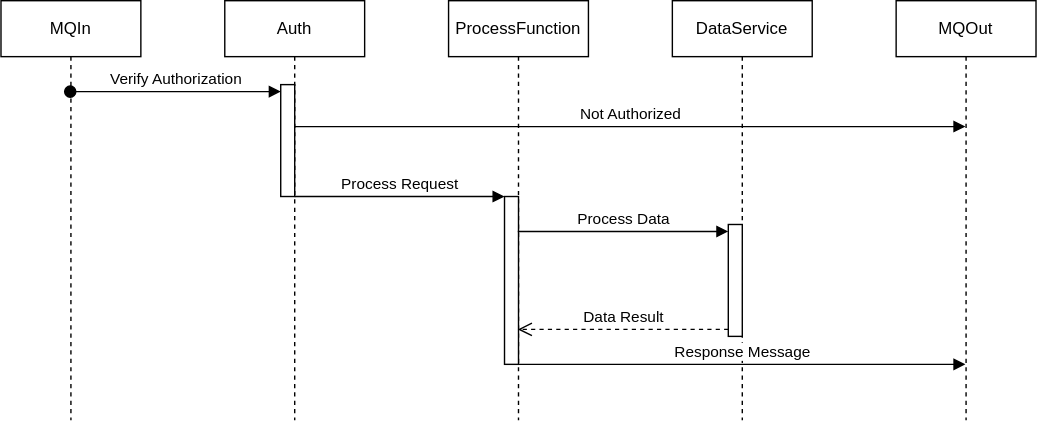
Earlier version of the draw.io export src/implementation/figures/app-tooling-service-logic.drawio.svg (fit-check-app/design-spec). Source tidied: cells renumbered, new cells last; positions are measured from the earlier drawing's top-left corner, leaving out a move shared by most shapes.
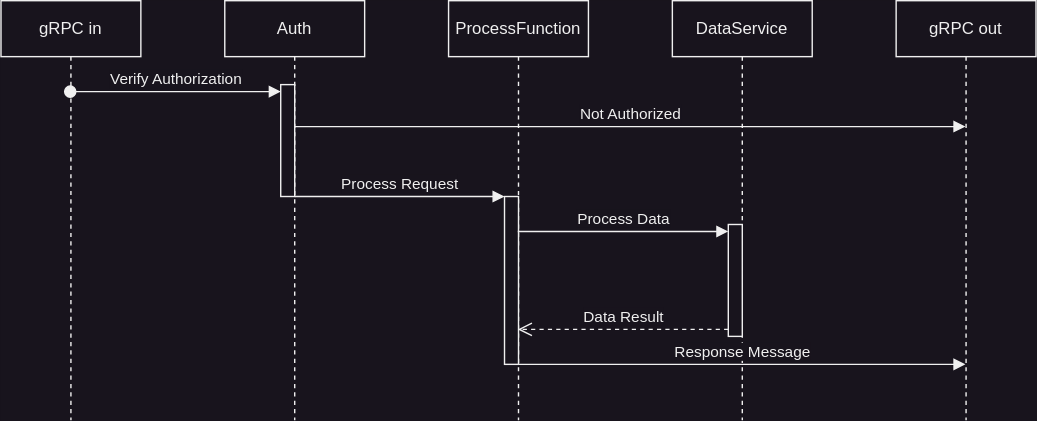
The same file after the commit.

Change to the diagram source:
```diff
@@ -2,7 +2,7 @@
   <root>
     <mxCell id="0" />
     <mxCell id="1" parent="0" />
-    <mxCell id="2" value="MQIn" style="shape=umlLifeline;perimeter=lifelinePerimeter;whiteSpace=wrap;html=1;outlineConnect=0;portConstraint=eastwest;newEdgeStyle={&quot;curved&quot;:0,&quot;rounded&quot;:0};" parent="1" vertex="1">
+    <mxCell id="2" value="gRPC in" style="shape=umlLifeline;perimeter=lifelinePerimeter;whiteSpace=wrap;html=1;outlineConnect=0;portConstraint=eastwest;newEdgeStyle={&quot;curved&quot;:0,&quot;rounded&quot;:0};" parent="1" vertex="1">
       <mxGeometry width="100" height="300" as="geometry" />
     </mxCell>
     <mxCell id="3" value="Auth" style="shape=umlLifeline;perimeter=lifelinePerimeter;whiteSpace=wrap;html=1;newEdgeStyle={&quot;curved&quot;:0,&quot;rounded&quot;:0};" parent="1" vertex="1">
@@ -23,7 +23,7 @@
     <mxCell id="8" style="html=1;points=[[0,0,0,0,5],[0,1,0,0,-5],[1,0,0,0,5],[1,1,0,0,-5]];perimeter=orthogonalPerimeter;outlineConnect=0;targetShapes=umlLifeline;portConstraint=eastwest;newEdgeStyle={&quot;curved&quot;:0,&quot;rounded&quot;:0};" parent="7" vertex="1">
       <mxGeometry x="40" y="160" width="10" height="80" as="geometry" />
     </mxCell>
-    <mxCell id="9" value="MQOut" style="shape=umlLifeline;perimeter=lifelinePerimeter;whiteSpace=wrap;html=1;outlineConnect=0;portConstraint=eastwest;newEdgeStyle={&quot;curved&quot;:0,&quot;rounded&quot;:0};" parent="1" vertex="1">
+    <mxCell id="9" value="gRPC out" style="shape=umlLifeline;perimeter=lifelinePerimeter;whiteSpace=wrap;html=1;outlineConnect=0;portConstraint=eastwest;newEdgeStyle={&quot;curved&quot;:0,&quot;rounded&quot;:0};" parent="1" vertex="1">
       <mxGeometry x="640" width="100" height="300" as="geometry" />
     </mxCell>
     <mxCell id="10" value="Verify Authorization" style="html=1;verticalAlign=bottom;startArrow=oval;endArrow=block;startSize=8;curved=0;rounded=0;entryX=0;entryY=0;entryDx=0;entryDy=5;" parent="1" edge="1" source="2" target="4">
```
